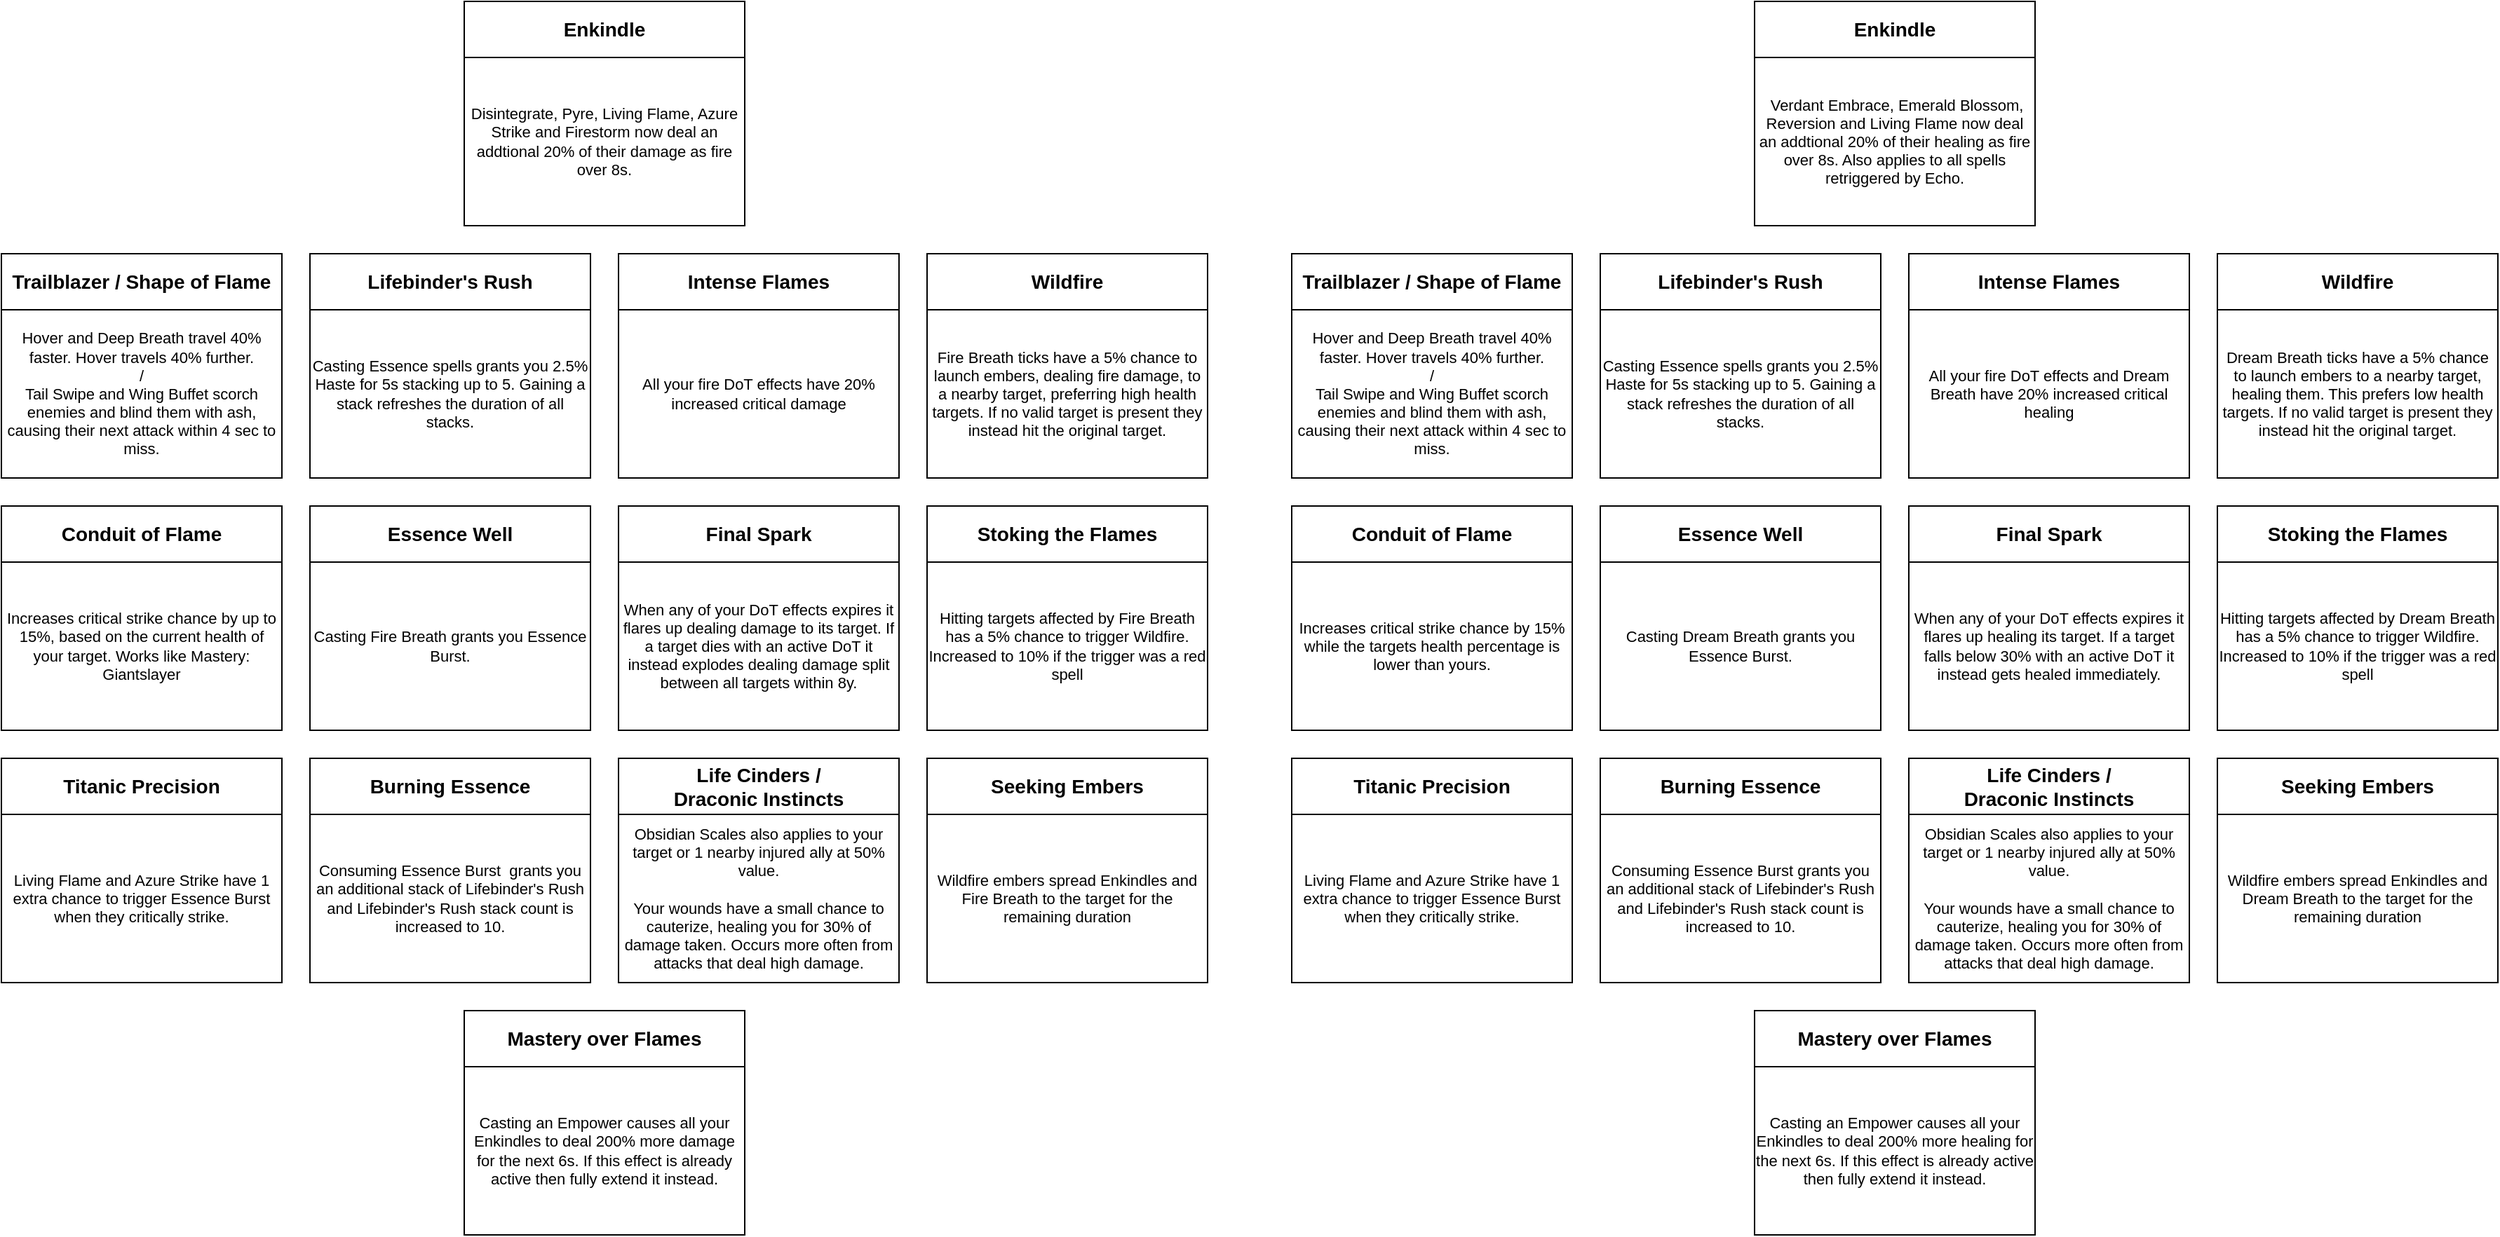
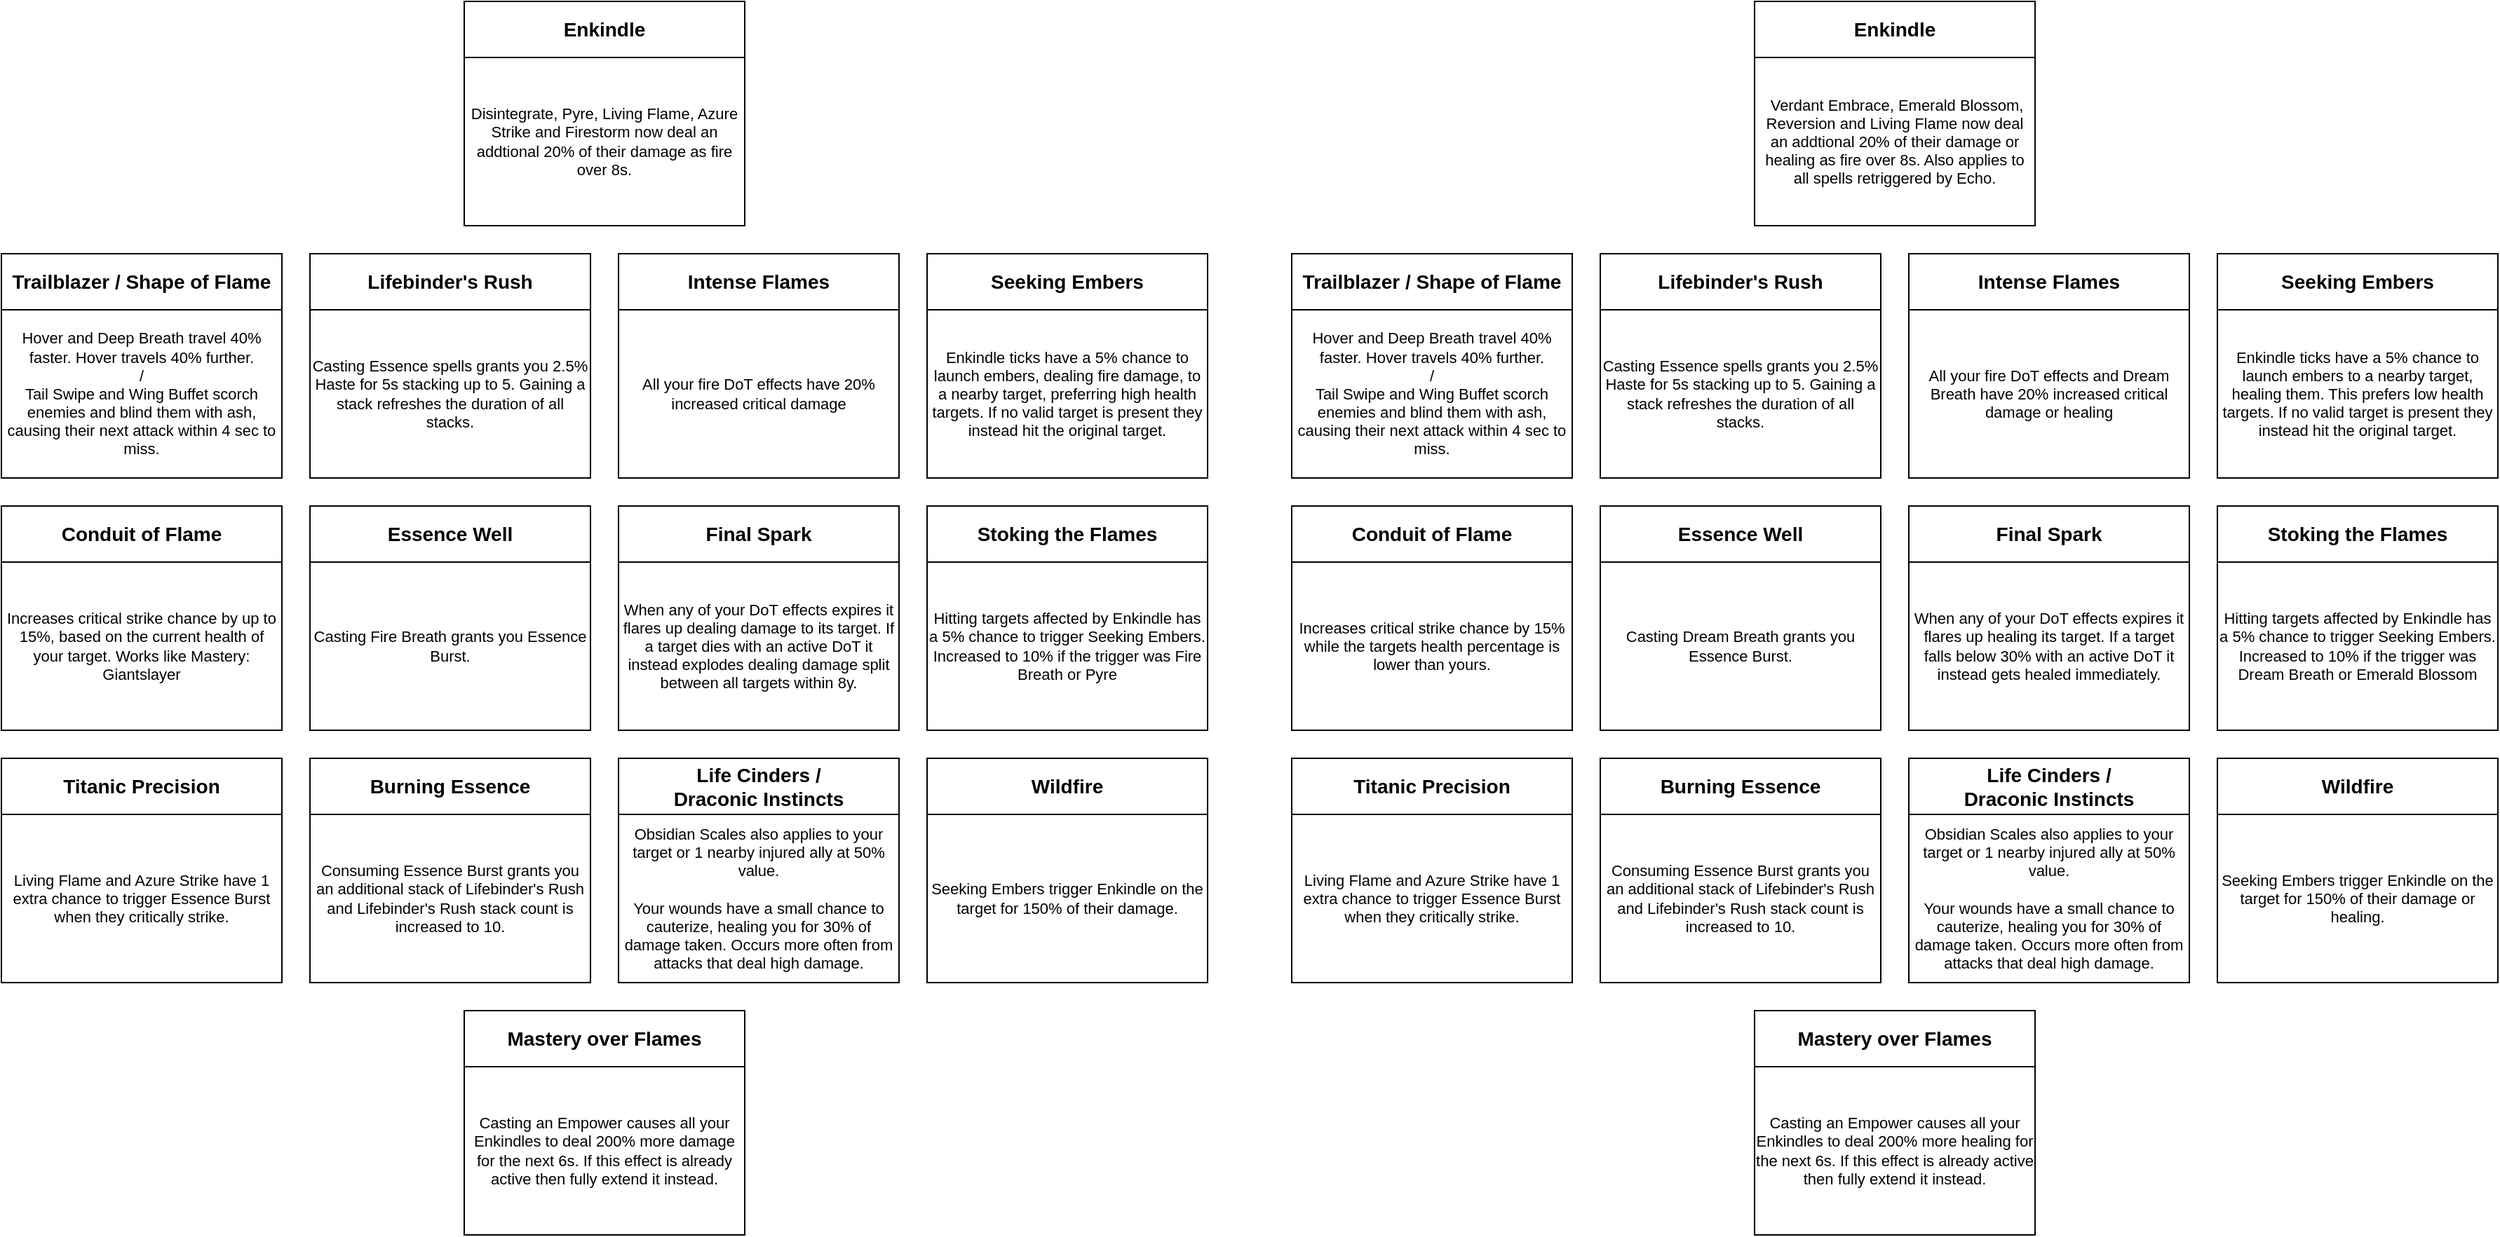
<mxfile host="app.diagrams.net" agent="Mozilla/5.0 (Windows NT 10.0; Win64; x64) AppleWebKit/537.36 (KHTML, like Gecko) Chrome/147.0.0.0 Safari/537.36 OPR/131.0.0.0" version="29.6.3">
  <diagram name="Page-1" id="7-C3C0MTsYJN3mklHAE3">
    <mxGraphModel dx="1628" dy="898" grid="1" gridSize="10" guides="1" tooltips="1" connect="1" arrows="1" fold="1" page="1" pageScale="1" pageWidth="850" pageHeight="1100" math="0" shadow="0">
      <root>
        <mxCell id="0" />
        <mxCell id="1" parent="0" />
        <mxCell id="CbpXHZAzieputpjHQbmu-1" parent="1" style="rounded=0;whiteSpace=wrap;html=1;fontColor=default;fontStyle=1;fontSize=14;" value="&lt;span&gt;Enkindle&lt;/span&gt;" vertex="1">
          <mxGeometry height="40" width="200" x="330" y="80" as="geometry" />
        </mxCell>
        <mxCell id="CbpXHZAzieputpjHQbmu-6" parent="1" style="rounded=0;whiteSpace=wrap;html=1;verticalAlign=middle;fontSize=11;fontStyle=0" value="Disintegrate, Pyre, Living Flame, Azure Strike and Firestorm now deal an addtional 20% of their damage as fire over 8s." vertex="1">
          <mxGeometry height="120" width="200" x="330" y="120" as="geometry" />
        </mxCell>
        <mxCell id="CbpXHZAzieputpjHQbmu-7" parent="1" style="rounded=0;whiteSpace=wrap;html=1;fontColor=default;fontStyle=1;fontSize=14;" value="Essence Well" vertex="1">
          <mxGeometry height="40" width="200" x="220" y="440" as="geometry" />
        </mxCell>
        <mxCell id="CbpXHZAzieputpjHQbmu-8" parent="1" style="rounded=0;whiteSpace=wrap;html=1;fontSize=11;" value="Casting Fire Breath grants you Essence Burst." vertex="1">
          <mxGeometry height="120" width="200" x="220" y="480" as="geometry" />
        </mxCell>
        <mxCell id="CbpXHZAzieputpjHQbmu-9" parent="1" style="rounded=0;whiteSpace=wrap;html=1;fontColor=default;fontStyle=1;fontSize=14;" value="&lt;span&gt;&lt;font&gt;Trailblazer / Shape of Flame&lt;/font&gt;&lt;/span&gt;" vertex="1">
          <mxGeometry height="40" width="200" y="260" as="geometry" />
        </mxCell>
        <mxCell id="CbpXHZAzieputpjHQbmu-10" parent="1" style="rounded=0;whiteSpace=wrap;html=1;fontSize=11;" value="Hover and Deep Breath travel 40% faster. Hover travels 40% further.&lt;div&gt;/&lt;/div&gt;&lt;div&gt;Tail Swipe and Wing Buffet scorch enemies and blind them with ash, causing their next attack within 4 sec to miss.&lt;/div&gt;" vertex="1">
          <mxGeometry height="120" width="200" y="300" as="geometry" />
        </mxCell>
        <mxCell id="CbpXHZAzieputpjHQbmu-11" parent="1" style="rounded=0;whiteSpace=wrap;html=1;fontColor=default;fontStyle=1;fontSize=14;" value="&lt;span&gt;&lt;span&gt;Conduit of Flame&lt;/span&gt;&lt;/span&gt;" vertex="1">
          <mxGeometry height="40" width="200" y="440" as="geometry" />
        </mxCell>
        <mxCell id="CbpXHZAzieputpjHQbmu-12" parent="1" style="rounded=0;whiteSpace=wrap;html=1;fontSize=11;" value="Increases critical strike chance by up to 15%, based on the current health of your target. Works like Mastery: Giantslayer" vertex="1">
          <mxGeometry height="120" width="200" y="480" as="geometry" />
        </mxCell>
        <mxCell id="CbpXHZAzieputpjHQbmu-14" parent="1" style="rounded=0;whiteSpace=wrap;html=1;fontColor=default;fontStyle=1;fontSize=14;" value="&lt;span&gt;&lt;span&gt;Titanic Precision&lt;/span&gt;&lt;/span&gt;" vertex="1">
          <mxGeometry height="40" width="200" y="620" as="geometry" />
        </mxCell>
        <mxCell id="CbpXHZAzieputpjHQbmu-15" parent="1" style="rounded=0;whiteSpace=wrap;html=1;fontSize=11;" value="&lt;div&gt;&lt;span style=&quot;background-color: transparent; color: light-dark(rgb(0, 0, 0), rgb(255, 255, 255));&quot;&gt;Living Flame and Azure Strike have 1 extra chance to trigger Essence Burst when they critically strike.&lt;/span&gt;&lt;/div&gt;" vertex="1">
          <mxGeometry height="120" width="200" y="660" as="geometry" />
        </mxCell>
        <mxCell id="CbpXHZAzieputpjHQbmu-16" parent="1" style="rounded=0;whiteSpace=wrap;html=1;fontColor=default;fontStyle=1;fontSize=14;" value="Lifebinder&#39;s Rush" vertex="1">
          <mxGeometry height="40" width="200" x="220" y="260" as="geometry" />
        </mxCell>
        <mxCell id="CbpXHZAzieputpjHQbmu-17" parent="1" style="rounded=0;whiteSpace=wrap;html=1;fontSize=11;" value="Casting Essence spells grants you 2.5% Haste for 5s stacking up to 5. Gaining a stack refreshes the duration of all stacks." vertex="1">
          <mxGeometry height="120" width="200" x="220" y="300" as="geometry" />
        </mxCell>
        <mxCell id="CbpXHZAzieputpjHQbmu-18" parent="1" style="rounded=0;whiteSpace=wrap;html=1;fontColor=default;fontStyle=1;fontSize=14;" value="Burning Essence" vertex="1">
          <mxGeometry height="40" width="200" x="220" y="620" as="geometry" />
        </mxCell>
-         <mxCell id="CbpXHZAzieputpjHQbmu-19" parent="1" style="rounded=0;whiteSpace=wrap;html=1;fontSize=11;" value="Consuming Essence Burst&amp;nbsp; grants you an additional stack of Lifebinder&#39;s Rush and Lifebinder&#39;s Rush stack count is increased to 10." vertex="1">
+         <mxCell id="CbpXHZAzieputpjHQbmu-19" parent="1" style="rounded=0;whiteSpace=wrap;html=1;fontSize=11;" value="Consuming Essence Burst grants you an additional stack of Lifebinder&#39;s Rush and Lifebinder&#39;s Rush stack count is increased to 10." vertex="1">
          <mxGeometry height="120" width="200" x="220" y="660" as="geometry" />
        </mxCell>
        <mxCell id="CbpXHZAzieputpjHQbmu-20" parent="1" style="rounded=0;whiteSpace=wrap;html=1;fontColor=default;fontStyle=1;fontSize=14;" value="Intense Flames" vertex="1">
          <mxGeometry height="40" width="200" x="440" y="260" as="geometry" />
        </mxCell>
        <mxCell id="CbpXHZAzieputpjHQbmu-21" parent="1" style="rounded=0;whiteSpace=wrap;html=1;fontSize=11;" value="All your fire DoT effects have 20% increased critical damage" vertex="1">
          <mxGeometry height="120" width="200" x="440" y="300" as="geometry" />
        </mxCell>
        <mxCell id="CbpXHZAzieputpjHQbmu-22" parent="1" style="rounded=0;whiteSpace=wrap;html=1;fontColor=default;fontStyle=1;fontSize=14;" value="Final Spark" vertex="1">
          <mxGeometry height="40" width="200" x="440" y="440" as="geometry" />
        </mxCell>
        <mxCell id="CbpXHZAzieputpjHQbmu-23" parent="1" style="rounded=0;whiteSpace=wrap;html=1;fontSize=11;" value="When any of your DoT effects expires it flares up dealing damage to its target. If a target dies with an active DoT it instead explodes dealing damage split between all targets within 8y." vertex="1">
          <mxGeometry height="120" width="200" x="440" y="480" as="geometry" />
        </mxCell>
        <mxCell id="CbpXHZAzieputpjHQbmu-24" parent="1" style="rounded=0;whiteSpace=wrap;html=1;fontColor=default;fontStyle=1;fontSize=14;" value="&lt;span&gt;Life Cinders / &lt;br&gt;Draconic Instincts&lt;/span&gt;" vertex="1">
          <mxGeometry height="40" width="200" x="440" y="620" as="geometry" />
        </mxCell>
        <mxCell id="CbpXHZAzieputpjHQbmu-25" parent="1" style="rounded=0;whiteSpace=wrap;html=1;fontSize=11;" value="Obsidian Scales also applies to your target or 1 nearby injured ally at 50% value.&lt;div&gt;&lt;br&gt;&lt;div&gt;Your wounds have a small chance to cauterize, healing you for 30% of damage taken. Occurs more often from attacks that deal high damage.&lt;/div&gt;&lt;/div&gt;" vertex="1">
          <mxGeometry height="120" width="200" x="440" y="660" as="geometry" />
        </mxCell>
-         <mxCell id="CbpXHZAzieputpjHQbmu-26" parent="1" style="rounded=0;whiteSpace=wrap;html=1;fontColor=default;fontStyle=1;fontSize=14;" value="&lt;span&gt;Wildfire&lt;/span&gt;" vertex="1">
+         <mxCell id="CbpXHZAzieputpjHQbmu-26" parent="1" style="rounded=0;whiteSpace=wrap;html=1;fontColor=default;fontStyle=1;fontSize=14;" value="Seeking Embers" vertex="1">
          <mxGeometry height="40" width="200" x="660" y="260" as="geometry" />
        </mxCell>
-         <mxCell id="CbpXHZAzieputpjHQbmu-27" parent="1" style="rounded=0;whiteSpace=wrap;html=1;fontSize=11;" value="Fire Breath ticks have a 5% chance to launch embers, dealing fire damage, to a nearby target, preferring high health targets. If no valid target is present they instead hit the original target." vertex="1">
+         <mxCell id="CbpXHZAzieputpjHQbmu-27" parent="1" style="rounded=0;whiteSpace=wrap;html=1;fontSize=11;" value="Enkindle ticks have a 5% chance to launch embers, dealing fire damage, to a nearby target, preferring high health targets. If no valid target is present they instead hit the original target." vertex="1">
          <mxGeometry height="120" width="200" x="660" y="300" as="geometry" />
        </mxCell>
        <mxCell id="CbpXHZAzieputpjHQbmu-28" parent="1" style="rounded=0;whiteSpace=wrap;html=1;fontColor=default;fontSize=14;fontStyle=1" value="&lt;span&gt;Stoking the Flames&lt;/span&gt;" vertex="1">
          <mxGeometry height="40" width="200" x="660" y="440" as="geometry" />
        </mxCell>
-         <mxCell id="CbpXHZAzieputpjHQbmu-29" parent="1" style="rounded=0;whiteSpace=wrap;html=1;fontSize=11;" value="Hitting targets affected by Fire Breath has a 5% chance to trigger Wildfire. Increased to 10% if the trigger was a red spell" vertex="1">
+         <mxCell id="CbpXHZAzieputpjHQbmu-29" parent="1" style="rounded=0;whiteSpace=wrap;html=1;fontSize=11;" value="Hitting targets affected by Enkindle has a 5% chance to trigger Seeking Embers. Increased to 10% if the trigger was Fire Breath or Pyre" vertex="1">
          <mxGeometry height="120" width="200" x="660" y="480" as="geometry" />
        </mxCell>
-         <mxCell id="CbpXHZAzieputpjHQbmu-30" parent="1" style="rounded=0;whiteSpace=wrap;html=1;fontColor=default;fontStyle=1;fontSize=14;" value="&lt;span&gt;&lt;font&gt;Seeking Embers&lt;/font&gt;&lt;/span&gt;" vertex="1">
+         <mxCell id="CbpXHZAzieputpjHQbmu-30" parent="1" style="rounded=0;whiteSpace=wrap;html=1;fontColor=default;fontStyle=1;fontSize=14;" value="&lt;span&gt;&lt;font&gt;Wildfire&lt;/font&gt;&lt;/span&gt;" vertex="1">
          <mxGeometry height="40" width="200" x="660" y="620" as="geometry" />
        </mxCell>
-         <mxCell id="CbpXHZAzieputpjHQbmu-31" parent="1" style="rounded=0;whiteSpace=wrap;html=1;fontSize=11;" value="Wildfire embers spread Enkindles and Fire Breath to the target for the remaining duration" vertex="1">
+         <mxCell id="CbpXHZAzieputpjHQbmu-31" parent="1" style="rounded=0;whiteSpace=wrap;html=1;fontSize=11;" value="Seeking Embers trigger Enkindle on the target for 150% of their damage." vertex="1">
          <mxGeometry height="120" width="200" x="660" y="660" as="geometry" />
        </mxCell>
        <mxCell id="CbpXHZAzieputpjHQbmu-32" parent="1" style="rounded=0;whiteSpace=wrap;html=1;fontColor=default;fontStyle=1" value="&lt;span style=&quot;font-size: 14px;&quot;&gt;Mastery over Flames&lt;/span&gt;" vertex="1">
          <mxGeometry height="40" width="200" x="330" y="800" as="geometry" />
        </mxCell>
        <mxCell id="CbpXHZAzieputpjHQbmu-33" parent="1" style="rounded=0;whiteSpace=wrap;html=1;verticalAlign=middle;fontSize=11;" value="Casting an Empower causes all your Enkindles to deal 200% more damage for the next 6s. If this effect is already active then fully extend it instead." vertex="1">
          <mxGeometry height="120" width="200" x="330" y="840" as="geometry" />
        </mxCell>
        <mxCell id="ExkhEfNAmdtYAn1Fs_e5-1" parent="1" style="rounded=0;whiteSpace=wrap;html=1;fontColor=default;fontStyle=1;fontSize=14;" value="&lt;span&gt;Enkindle&lt;/span&gt;" vertex="1">
          <mxGeometry height="40" width="200" x="1250" y="80" as="geometry" />
        </mxCell>
-         <mxCell id="ExkhEfNAmdtYAn1Fs_e5-2" parent="1" style="rounded=0;whiteSpace=wrap;html=1;verticalAlign=middle;fontSize=11;fontStyle=0" value="&amp;nbsp;Verdant Embrace, Emerald Blossom, Reversion and Living Flame now deal an addtional 20% of their healing as fire over 8s. Also applies to all spells retriggered by Echo." vertex="1">
+         <mxCell id="ExkhEfNAmdtYAn1Fs_e5-2" parent="1" style="rounded=0;whiteSpace=wrap;html=1;verticalAlign=middle;fontSize=11;fontStyle=0" value="&amp;nbsp;Verdant Embrace, Emerald Blossom, Reversion and Living Flame now deal an addtional 20% of their damage or healing as fire over 8s. Also applies to all spells retriggered by Echo." vertex="1">
          <mxGeometry height="120" width="200" x="1250" y="120" as="geometry" />
        </mxCell>
        <mxCell id="ExkhEfNAmdtYAn1Fs_e5-3" parent="1" style="rounded=0;whiteSpace=wrap;html=1;fontColor=default;fontStyle=1;fontSize=14;" value="Essence Well" vertex="1">
          <mxGeometry height="40" width="200" x="1140" y="440" as="geometry" />
        </mxCell>
        <mxCell id="ExkhEfNAmdtYAn1Fs_e5-4" parent="1" style="rounded=0;whiteSpace=wrap;html=1;fontSize=11;" value="Casting Dream Breath grants you Essence Burst." vertex="1">
          <mxGeometry height="120" width="200" x="1140" y="480" as="geometry" />
        </mxCell>
        <mxCell id="ExkhEfNAmdtYAn1Fs_e5-5" parent="1" style="rounded=0;whiteSpace=wrap;html=1;fontColor=default;fontStyle=1;fontSize=14;" value="&lt;span&gt;&lt;font&gt;Trailblazer / Shape of Flame&lt;/font&gt;&lt;/span&gt;" vertex="1">
          <mxGeometry height="40" width="200" x="920" y="260" as="geometry" />
        </mxCell>
        <mxCell id="ExkhEfNAmdtYAn1Fs_e5-6" parent="1" style="rounded=0;whiteSpace=wrap;html=1;fontSize=11;" value="Hover and Deep Breath travel 40% faster. Hover travels 40% further.&lt;div&gt;/&lt;/div&gt;&lt;div&gt;Tail Swipe and Wing Buffet scorch enemies and blind them with ash, causing their next attack within 4 sec to miss.&lt;/div&gt;" vertex="1">
          <mxGeometry height="120" width="200" x="920" y="300" as="geometry" />
        </mxCell>
        <mxCell id="ExkhEfNAmdtYAn1Fs_e5-7" parent="1" style="rounded=0;whiteSpace=wrap;html=1;fontColor=default;fontStyle=1;fontSize=14;" value="&lt;span&gt;&lt;span&gt;Conduit of Flame&lt;/span&gt;&lt;/span&gt;" vertex="1">
          <mxGeometry height="40" width="200" x="920" y="440" as="geometry" />
        </mxCell>
        <mxCell id="ExkhEfNAmdtYAn1Fs_e5-8" parent="1" style="rounded=0;whiteSpace=wrap;html=1;fontSize=11;" value="Increases critical strike chance by 15% while the targets health percentage is lower than yours." vertex="1">
          <mxGeometry height="120" width="200" x="920" y="480" as="geometry" />
        </mxCell>
        <mxCell id="ExkhEfNAmdtYAn1Fs_e5-9" parent="1" style="rounded=0;whiteSpace=wrap;html=1;fontColor=default;fontStyle=1;fontSize=14;" value="&lt;span&gt;&lt;span&gt;Titanic Precision&lt;/span&gt;&lt;/span&gt;" vertex="1">
          <mxGeometry height="40" width="200" x="920" y="620" as="geometry" />
        </mxCell>
        <mxCell id="ExkhEfNAmdtYAn1Fs_e5-10" parent="1" style="rounded=0;whiteSpace=wrap;html=1;fontSize=11;" value="&lt;div&gt;&lt;span style=&quot;background-color: transparent; color: light-dark(rgb(0, 0, 0), rgb(255, 255, 255));&quot;&gt;Living Flame and Azure Strike have 1 extra chance to trigger Essence Burst when they critically strike.&lt;/span&gt;&lt;/div&gt;" vertex="1">
          <mxGeometry height="120" width="200" x="920" y="660" as="geometry" />
        </mxCell>
        <mxCell id="ExkhEfNAmdtYAn1Fs_e5-11" parent="1" style="rounded=0;whiteSpace=wrap;html=1;fontColor=default;fontStyle=1;fontSize=14;" value="Lifebinder&#39;s Rush" vertex="1">
          <mxGeometry height="40" width="200" x="1140" y="260" as="geometry" />
        </mxCell>
        <mxCell id="ExkhEfNAmdtYAn1Fs_e5-12" parent="1" style="rounded=0;whiteSpace=wrap;html=1;fontSize=11;" value="Casting Essence spells grants you 2.5% Haste for 5s stacking up to 5. Gaining a stack refreshes the duration of all stacks." vertex="1">
          <mxGeometry height="120" width="200" x="1140" y="300" as="geometry" />
        </mxCell>
        <mxCell id="ExkhEfNAmdtYAn1Fs_e5-13" parent="1" style="rounded=0;whiteSpace=wrap;html=1;fontColor=default;fontStyle=1;fontSize=14;" value="Burning Essence" vertex="1">
          <mxGeometry height="40" width="200" x="1140" y="620" as="geometry" />
        </mxCell>
        <mxCell id="ExkhEfNAmdtYAn1Fs_e5-14" parent="1" style="rounded=0;whiteSpace=wrap;html=1;fontSize=11;" value="Consuming Essence Burst grants you an additional stack of Lifebinder&#39;s Rush and Lifebinder&#39;s Rush stack count is increased to 10." vertex="1">
          <mxGeometry height="120" width="200" x="1140" y="660" as="geometry" />
        </mxCell>
        <mxCell id="ExkhEfNAmdtYAn1Fs_e5-15" parent="1" style="rounded=0;whiteSpace=wrap;html=1;fontColor=default;fontStyle=1;fontSize=14;" value="Intense Flames" vertex="1">
          <mxGeometry height="40" width="200" x="1360" y="260" as="geometry" />
        </mxCell>
-         <mxCell id="ExkhEfNAmdtYAn1Fs_e5-16" parent="1" style="rounded=0;whiteSpace=wrap;html=1;fontSize=11;" value="All your fire DoT effects and Dream Breath have 20% increased critical healing" vertex="1">
+         <mxCell id="ExkhEfNAmdtYAn1Fs_e5-16" parent="1" style="rounded=0;whiteSpace=wrap;html=1;fontSize=11;" value="All your fire DoT effects and Dream Breath have 20% increased critical damage or healing" vertex="1">
          <mxGeometry height="120" width="200" x="1360" y="300" as="geometry" />
        </mxCell>
        <mxCell id="ExkhEfNAmdtYAn1Fs_e5-17" parent="1" style="rounded=0;whiteSpace=wrap;html=1;fontColor=default;fontStyle=1;fontSize=14;" value="Final Spark" vertex="1">
          <mxGeometry height="40" width="200" x="1360" y="440" as="geometry" />
        </mxCell>
        <mxCell id="ExkhEfNAmdtYAn1Fs_e5-18" parent="1" style="rounded=0;whiteSpace=wrap;html=1;fontSize=11;" value="When any of your DoT effects expires it flares up healing its target. If a target falls below 30% with an active DoT it instead gets healed immediately." vertex="1">
          <mxGeometry height="120" width="200" x="1360" y="480" as="geometry" />
        </mxCell>
        <mxCell id="ExkhEfNAmdtYAn1Fs_e5-19" parent="1" style="rounded=0;whiteSpace=wrap;html=1;fontColor=default;fontStyle=1;fontSize=14;" value="&lt;span&gt;Life Cinders / &lt;br&gt;Draconic Instincts&lt;/span&gt;" vertex="1">
          <mxGeometry height="40" width="200" x="1360" y="620" as="geometry" />
        </mxCell>
        <mxCell id="ExkhEfNAmdtYAn1Fs_e5-20" parent="1" style="rounded=0;whiteSpace=wrap;html=1;fontSize=11;" value="Obsidian Scales also applies to your target or 1 nearby injured ally at 50% value.&lt;div&gt;&lt;br&gt;&lt;div&gt;Your wounds have a small chance to cauterize, healing you for 30% of damage taken. Occurs more often from attacks that deal high damage.&lt;/div&gt;&lt;/div&gt;" vertex="1">
          <mxGeometry height="120" width="200" x="1360" y="660" as="geometry" />
        </mxCell>
-         <mxCell id="ExkhEfNAmdtYAn1Fs_e5-21" parent="1" style="rounded=0;whiteSpace=wrap;html=1;fontColor=default;fontStyle=1;fontSize=14;" value="&lt;span&gt;Wildfire&lt;/span&gt;" vertex="1">
+         <mxCell id="ExkhEfNAmdtYAn1Fs_e5-21" parent="1" style="rounded=0;whiteSpace=wrap;html=1;fontColor=default;fontStyle=1;fontSize=14;" value="Seeking Embers" vertex="1">
          <mxGeometry height="40" width="200" x="1580" y="260" as="geometry" />
        </mxCell>
-         <mxCell id="ExkhEfNAmdtYAn1Fs_e5-22" parent="1" style="rounded=0;whiteSpace=wrap;html=1;fontSize=11;" value="Dream Breath ticks have a 5% chance to launch embers to a nearby target, healing them. This prefers low health targets. If no valid target is present they instead hit the original target." vertex="1">
+         <mxCell id="ExkhEfNAmdtYAn1Fs_e5-22" parent="1" style="rounded=0;whiteSpace=wrap;html=1;fontSize=11;" value="Enkindle ticks have a 5% chance to launch embers to a nearby target, healing them. This prefers low health targets. If no valid target is present they instead hit the original target." vertex="1">
          <mxGeometry height="120" width="200" x="1580" y="300" as="geometry" />
        </mxCell>
        <mxCell id="ExkhEfNAmdtYAn1Fs_e5-23" parent="1" style="rounded=0;whiteSpace=wrap;html=1;fontColor=default;fontSize=14;fontStyle=1" value="&lt;span&gt;Stoking the Flames&lt;/span&gt;" vertex="1">
          <mxGeometry height="40" width="200" x="1580" y="440" as="geometry" />
        </mxCell>
-         <mxCell id="ExkhEfNAmdtYAn1Fs_e5-24" parent="1" style="rounded=0;whiteSpace=wrap;html=1;fontSize=11;" value="Hitting targets affected by Dream Breath has a 5% chance to trigger Wildfire. Increased to 10% if the trigger was a red spell" vertex="1">
+         <mxCell id="ExkhEfNAmdtYAn1Fs_e5-24" parent="1" style="rounded=0;whiteSpace=wrap;html=1;fontSize=11;" value="Hitting targets affected by Enkindle has a 5% chance to trigger Seeking Embers. Increased to 10% if the trigger was Dream Breath or Emerald Blossom" vertex="1">
          <mxGeometry height="120" width="200" x="1580" y="480" as="geometry" />
        </mxCell>
-         <mxCell id="ExkhEfNAmdtYAn1Fs_e5-25" parent="1" style="rounded=0;whiteSpace=wrap;html=1;fontColor=default;fontStyle=1;fontSize=14;" value="&lt;span&gt;&lt;font&gt;Seeking Embers&lt;/font&gt;&lt;/span&gt;" vertex="1">
+         <mxCell id="ExkhEfNAmdtYAn1Fs_e5-25" parent="1" style="rounded=0;whiteSpace=wrap;html=1;fontColor=default;fontStyle=1;fontSize=14;" value="Wildfire" vertex="1">
          <mxGeometry height="40" width="200" x="1580" y="620" as="geometry" />
        </mxCell>
-         <mxCell id="ExkhEfNAmdtYAn1Fs_e5-26" parent="1" style="rounded=0;whiteSpace=wrap;html=1;fontSize=11;" value="Wildfire embers spread Enkindles and Dream Breath to the target for the remaining duration" vertex="1">
+         <mxCell id="ExkhEfNAmdtYAn1Fs_e5-26" parent="1" style="rounded=0;whiteSpace=wrap;html=1;fontSize=11;" value="Seeking Embers trigger Enkindle on the target for 150% of their damage or healing." vertex="1">
          <mxGeometry height="120" width="200" x="1580" y="660" as="geometry" />
        </mxCell>
        <mxCell id="ExkhEfNAmdtYAn1Fs_e5-27" parent="1" style="rounded=0;whiteSpace=wrap;html=1;fontColor=default;fontStyle=1" value="&lt;span style=&quot;font-size: 14px;&quot;&gt;Mastery over Flames&lt;/span&gt;" vertex="1">
          <mxGeometry height="40" width="200" x="1250" y="800" as="geometry" />
        </mxCell>
        <mxCell id="ExkhEfNAmdtYAn1Fs_e5-28" parent="1" style="rounded=0;whiteSpace=wrap;html=1;verticalAlign=middle;fontSize=11;" value="Casting an Empower causes all your Enkindles to deal 200% more healing for the next 6s. If this effect is already active then fully extend it instead." vertex="1">
          <mxGeometry height="120" width="200" x="1250" y="840" as="geometry" />
        </mxCell>
      </root>
    </mxGraphModel>
  </diagram>
</mxfile>
